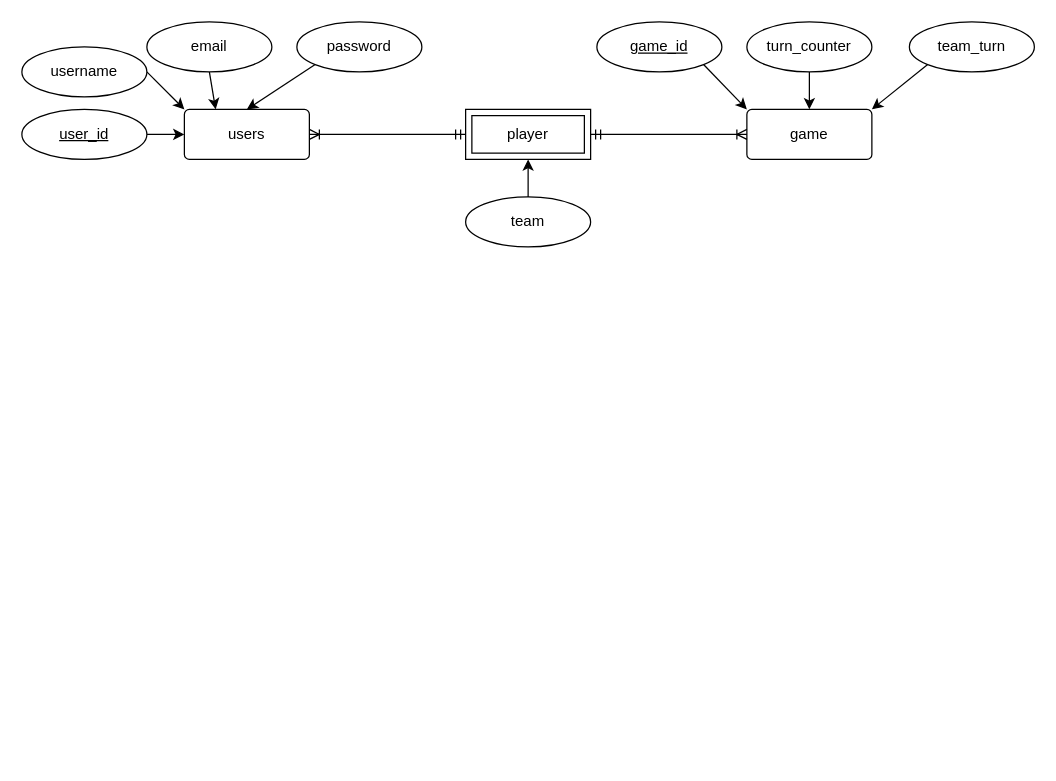
The draw.io diagram docs/ERD Diagram.drawio in Minimal-Alexi/Chess-Engine-API, before the edit. Source tidied: cells renumbered, new cells numbered last; positions are measured from the earlier drawing's top-left corner, leaving out a move shared by most shapes. Both pictures are drawn from the tidied source at 125%, with x=0, y=0 at pixel (21, 21).
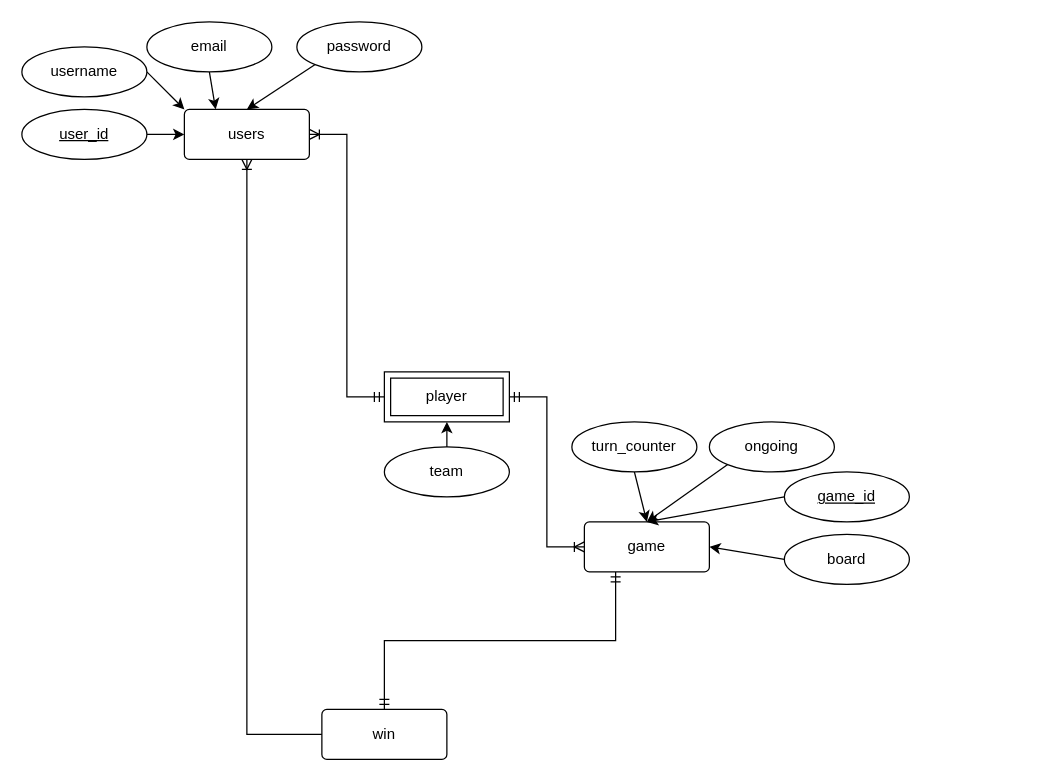
The same diagram, later.

Unchanged cells that the change refers to:
```xml
<mxCell id="2" value="users" style="rounded=1;arcSize=10;whiteSpace=wrap;html=1;align=center;" parent="1" vertex="1">
  <mxGeometry x="130" y="70" width="100" height="40" as="geometry" />
</mxCell>
```

Diff of the diagram source:
```diff
@@
     <mxCell id="3" value="game" style="rounded=1;arcSize=10;whiteSpace=wrap;html=1;align=center;" parent="1" vertex="1">
-      <mxGeometry x="580" y="70" width="100" height="40" as="geometry" />
+      <mxGeometry x="450" y="400" width="100" height="40" as="geometry" />
     </mxCell>
     <mxCell id="4" value="player" style="shape=ext;margin=3;double=1;whiteSpace=wrap;html=1;align=center;" parent="1" vertex="1">
-      <mxGeometry x="355" y="70" width="100" height="40" as="geometry" />
+      <mxGeometry x="290" y="280" width="100" height="40" as="geometry" />
     </mxCell>
@@
     <mxCell id="16" value="team" style="ellipse;whiteSpace=wrap;html=1;align=center;" parent="1" vertex="1">
-      <mxGeometry x="355" y="140" width="100" height="40" as="geometry" />
+      <mxGeometry x="290" y="340" width="100" height="40" as="geometry" />
     </mxCell>
@@
     <mxCell id="18" value="turn_counter" style="ellipse;whiteSpace=wrap;html=1;align=center;" parent="1" vertex="1">
-      <mxGeometry x="580" width="100" height="40" as="geometry" />
+      <mxGeometry x="440" y="320" width="100" height="40" as="geometry" />
     </mxCell>
-    <mxCell id="19" style="edgeStyle=none;rounded=0;jettySize=auto;html=1;exitX=0;exitY=1;exitDx=0;exitDy=0;entryX=1;entryY=0;entryDx=0;entryDy=0;" parent="1" edge="1" source="20" target="3">
-      <mxGeometry relative="1" as="geometry" />
-    </mxCell>
-    <mxCell id="20" value="team_turn" style="ellipse;whiteSpace=wrap;html=1;align=center;" parent="1" vertex="1">
-      <mxGeometry x="710" width="100" height="40" as="geometry" />
-    </mxCell>
-    <mxCell id="21" style="edgeStyle=none;rounded=0;jettySize=auto;html=1;exitX=1;exitY=1;exitDx=0;exitDy=0;entryX=0;entryY=0;entryDx=0;entryDy=0;" parent="1" edge="1" source="22" target="3">
+    <mxCell id="21" style="edgeStyle=none;rounded=0;jettySize=auto;html=1;exitX=0;exitY=0.5;exitDx=0;exitDy=0;entryX=0.5;entryY=0;entryDx=0;entryDy=0;" parent="1" edge="1" source="22" target="3">
       <mxGeometry relative="1" as="geometry" />
     </mxCell>
     <mxCell id="22" value="game_id" style="ellipse;whiteSpace=wrap;html=1;align=center;fontStyle=4;" parent="1" vertex="1">
-      <mxGeometry x="460" width="100" height="40" as="geometry" />
+      <mxGeometry x="610" y="360" width="100" height="40" as="geometry" />
     </mxCell>
+    <mxCell id="23" style="edgeStyle=none;rounded=0;jettySize=auto;html=1;exitX=0;exitY=1;exitDx=0;exitDy=0;entryX=0.5;entryY=0;entryDx=0;entryDy=0;" parent="1" edge="1" source="24" target="3">
+      <mxGeometry relative="1" as="geometry" />
+    </mxCell>
+    <mxCell id="24" value="ongoing" style="ellipse;whiteSpace=wrap;html=1;align=center;" parent="1" vertex="1">
+      <mxGeometry x="550" y="320" width="100" height="40" as="geometry" />
+    </mxCell>
+    <mxCell id="25" value="win" style="rounded=1;arcSize=10;whiteSpace=wrap;html=1;align=center;" parent="1" vertex="1">
+      <mxGeometry x="240" y="550" width="100" height="40" as="geometry" />
+    </mxCell>
+    <mxCell id="26" style="fontSize=12;html=1;endArrow=ERmandOne;startArrow=ERmandOne;rounded=0;entryX=0.25;entryY=1;entryDx=0;entryDy=0;exitX=0.5;exitY=0;exitDx=0;exitDy=0;edgeStyle=orthogonalEdgeStyle;" parent="1" edge="1" source="25" target="3">
+      <mxGeometry relative="1" as="geometry" />
+    </mxCell>
+    <mxCell id="27" style="edgeStyle=orthogonalEdgeStyle;fontSize=12;html=1;endArrow=ERoneToMany;rounded=0;exitX=0;exitY=0.5;exitDx=0;exitDy=0;entryX=0.5;entryY=1;entryDx=0;entryDy=0;" parent="1" edge="1" source="25" target="2">
+      <mxGeometry relative="1" as="geometry" />
+    </mxCell>
+    <mxCell id="28" style="edgeStyle=none;rounded=0;jettySize=auto;html=1;exitX=0;exitY=0.5;exitDx=0;exitDy=0;entryX=1;entryY=0.5;entryDx=0;entryDy=0;" parent="1" edge="1" source="29" target="3">
+      <mxGeometry relative="1" as="geometry" />
+    </mxCell>
+    <mxCell id="29" value="board" style="ellipse;whiteSpace=wrap;html=1;align=center;" parent="1" vertex="1">
+      <mxGeometry x="610" y="410" width="100" height="40" as="geometry" />
+    </mxCell>
```
